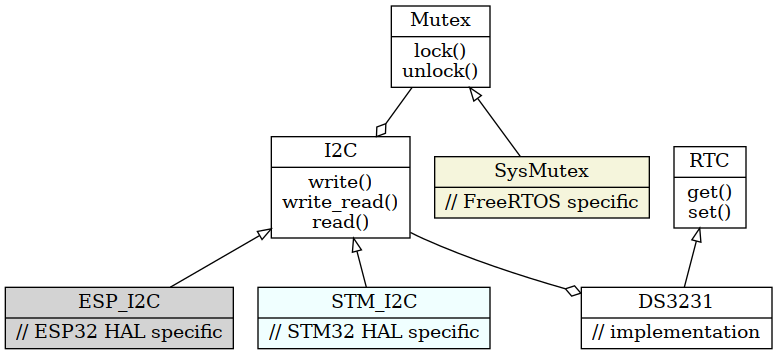
This is images/mutex.png from DaveBerkeley/panglos, a Graphviz export, as it was before one commit. Its source is kept beside it as docs/mutex.dot.
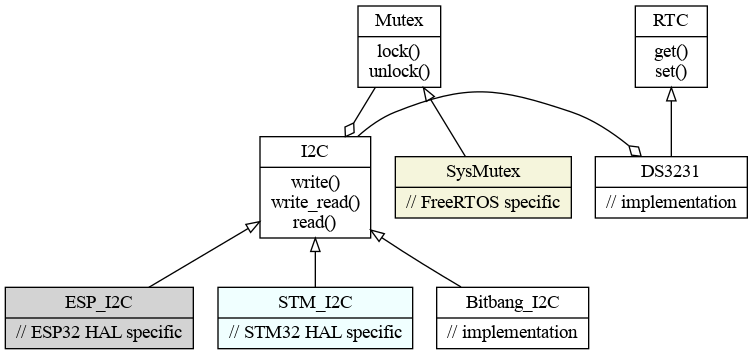
Above is the later version.

Commit message:
added bitbang I2C to docs/graph

What changed in the source:
```diff
@@ -4,15 +4,18 @@
 I2C [label="{I2C|write()\nwrite_read()\nread()}"];
 ESP_I2C [label="{ESP_I2C|// ESP32 HAL specific}", style=filled, fillcolor="lightgrey"];
 STM32_I2C [label="{STM_I2C|// STM32 HAL specific}", style=filled, fillcolor="azure"];
+bitbang [label="{Bitbang_I2C|// implementation}"];
 SysMutex [label="{SysMutex|// FreeRTOS specific}", style=filled, fillcolor="beige"];
 RTC [label="{RTC|get()\nset()}"];
 DS3231 [label="{DS3231|// implementation}"];
-{ rank=same I2C, RTC, SysMutex };
-{ rank=same STM32_I2C, ESP_I2C, DS3231 };
+{ rank=same Mutex, RTC };
+{ rank=same SysMutex, I2C, DS3231 };
+{ rank=max STM32_I2C, ESP_I2C, bitbang };
     Mutex -> I2C [arrowhead = ediamond];
     SysMutex -> Mutex [arrowhead = empty];
     DS3231 -> RTC [arrowhead = empty];
     I2C -> DS3231 [arrowhead = ediamond];
     ESP_I2C -> I2C [arrowhead = empty];
     STM32_I2C -> I2C [arrowhead = empty];
+    bitbang -> I2C [arrowhead = empty];
 }
```
